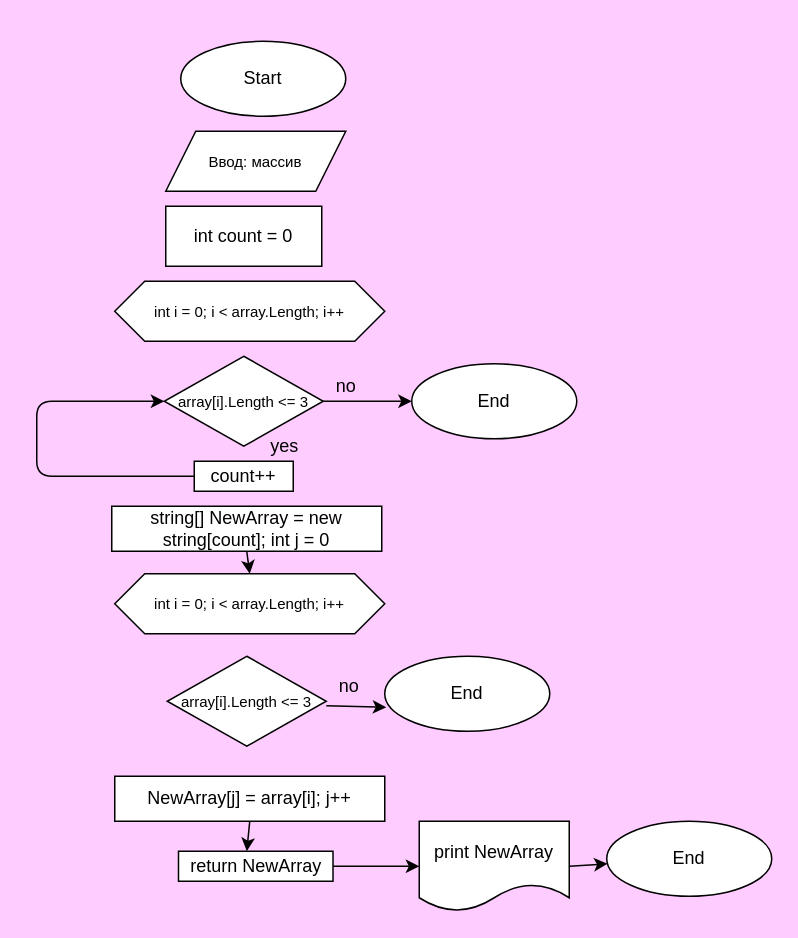
Khionakimary/Results-of-block-1 keeps this draw.io diagram as .drawio. Above is the earlier version. Source tidied: cells renumbered, new cells numbered last; positions are measured from the earlier drawing's top-left corner, leaving out a move shared by most shapes. Both pictures are drawn from the tidied source at 150%, with x=0, y=0 at pixel (36, 40).
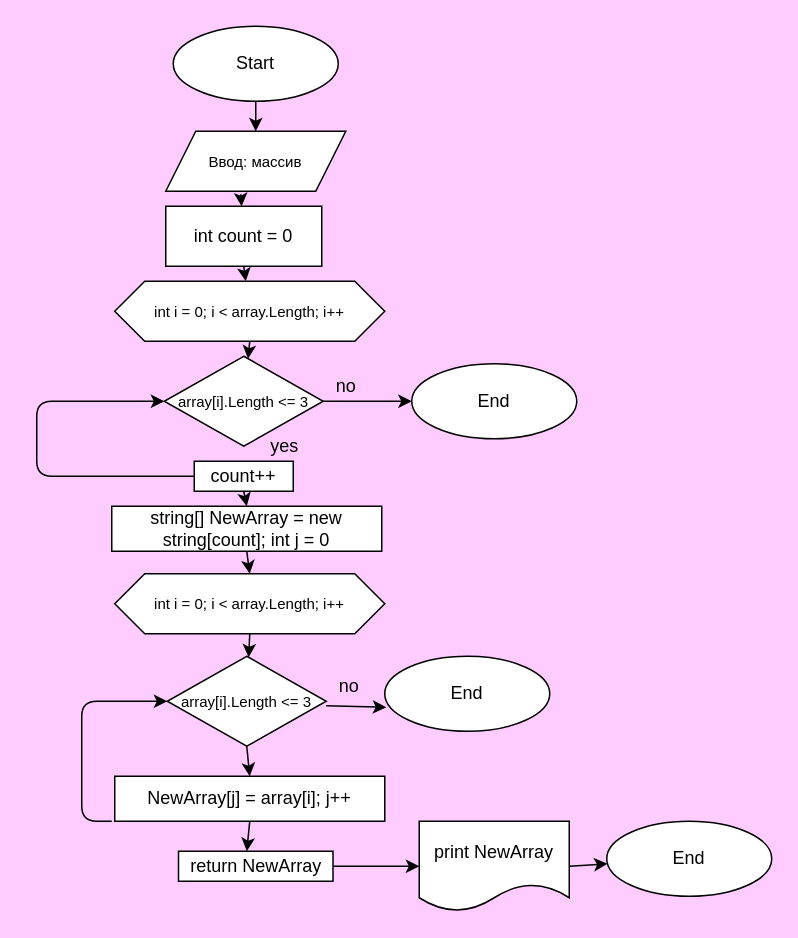
Above is the later version.

Commit message (it also covers changes not shown here):
Инструкция к итоговой проверочной работе в файле  README

Unchanged cells that the change refers to:
```xml
<mxCell id="2" value="Ввод: массив" style="shape=parallelogram;perimeter=parallelogramPerimeter;whiteSpace=wrap;html=1;fixedSize=1;fontSize=10;rounded=0;" parent="1" vertex="1">
  <mxGeometry x="86" y="60" width="120" height="40" as="geometry" />
</mxCell>
<mxCell id="3" value="array[i].Length &amp;lt;= 3" style="rhombus;whiteSpace=wrap;html=1;fontSize=10;rounded=0;" parent="1" vertex="1">
  <mxGeometry x="85" y="210" width="106" height="60" as="geometry" />
</mxCell>
<mxCell id="8" value="int count = 0" style="rounded=0;whiteSpace=wrap;html=1;" parent="1" vertex="1">
  <mxGeometry x="86" y="110" width="104" height="40" as="geometry" />
</mxCell>
<mxCell id="9" value="&lt;div style=&quot;background-color: rgb(255, 255, 255); line-height: 18px;&quot;&gt;int i = 0; i &amp;lt; array.Length; i++&lt;br&gt;&lt;/div&gt;" style="shape=hexagon;perimeter=hexagonPerimeter2;whiteSpace=wrap;html=1;fixedSize=1;fontSize=10;rounded=0;" parent="1" vertex="1">
  <mxGeometry x="52" y="160" width="180" height="40" as="geometry" />
</mxCell>
<mxCell id="10" value="count++" style="rounded=0;whiteSpace=wrap;html=1;" parent="1" vertex="1">
  <mxGeometry x="105" y="280" width="66" height="20" as="geometry" />
</mxCell>
<mxCell id="14" value="string[] NewArray = new string[count]; int j = 0" style="rounded=0;whiteSpace=wrap;html=1;" parent="1" vertex="1">
  <mxGeometry x="50" y="310" width="180" height="30" as="geometry" />
</mxCell>
<mxCell id="16" value="&lt;div style=&quot;background-color: rgb(255, 255, 255); line-height: 18px;&quot;&gt;int i = 0; i &amp;lt; array.Length; i++&lt;br&gt;&lt;/div&gt;" style="shape=hexagon;perimeter=hexagonPerimeter2;whiteSpace=wrap;html=1;fixedSize=1;fontSize=10;rounded=0;" parent="1" vertex="1">
  <mxGeometry x="52" y="355" width="180" height="40" as="geometry" />
</mxCell>
<mxCell id="17" value="array[i].Length &amp;lt;= 3" style="rhombus;whiteSpace=wrap;html=1;fontSize=10;rounded=0;" parent="1" vertex="1">
  <mxGeometry x="87" y="410" width="106" height="60" as="geometry" />
</mxCell>
<mxCell id="18" value="NewArray[j] = array[i]; j++" style="rounded=0;whiteSpace=wrap;html=1;" parent="1" vertex="1">
  <mxGeometry x="52" y="490" width="180" height="30" as="geometry" />
</mxCell>
```

Diff of the diagram source:
```diff
@@
     <mxCell id="7" value="Start" style="ellipse;whiteSpace=wrap;html=1;" parent="1" vertex="1">
-      <mxGeometry x="96" width="110" height="50" as="geometry" />
+      <mxGeometry x="91" y="-10" width="110" height="50" as="geometry" />
     </mxCell>
@@
+    <mxCell id="27" style="endArrow=classic;html=1;entryX=0.5;entryY=0;entryDx=0;entryDy=0;exitX=0.5;exitY=1;exitDx=0;exitDy=0;" parent="1" edge="1" source="17" target="18">
+      <mxGeometry relative="1" as="geometry" />
+    </mxCell>
+    <mxCell id="28" style="endArrow=classic;html=1;entryX=0;entryY=0.5;entryDx=0;entryDy=0;" parent="1" edge="1" target="17">
+      <mxGeometry relative="1" as="geometry">
+        <mxPoint x="50" y="520" as="sourcePoint" />
+        <Array as="points">
+          <mxPoint x="30" y="520" />
+          <mxPoint x="30" y="440" />
+        </Array>
+      </mxGeometry>
+    </mxCell>
+    <mxCell id="29" style="endArrow=classic;html=1;exitX=0.5;exitY=1;exitDx=0;exitDy=0;entryX=0.5;entryY=0;entryDx=0;entryDy=0;" parent="1" edge="1" source="7" target="2">
+      <mxGeometry relative="1" as="geometry" />
+    </mxCell>
+    <mxCell id="30" style="endArrow=classic;html=1;exitX=0.5;exitY=1;exitDx=0;exitDy=0;" parent="1" edge="1" source="16" target="17">
+      <mxGeometry relative="1" as="geometry" />
+    </mxCell>
+    <mxCell id="31" style="endArrow=classic;html=1;exitX=0.5;exitY=1;exitDx=0;exitDy=0;entryX=0.5;entryY=0;entryDx=0;entryDy=0;" parent="1" edge="1" source="10" target="14">
+      <mxGeometry relative="1" as="geometry" />
+    </mxCell>
+    <mxCell id="32" style="endArrow=classic;html=1;exitX=0.5;exitY=1;exitDx=0;exitDy=0;" parent="1" edge="1" source="9" target="3">
+      <mxGeometry relative="1" as="geometry" />
+    </mxCell>
+    <mxCell id="33" style="endArrow=classic;html=1;exitX=0.417;exitY=1.05;exitDx=0;exitDy=0;exitPerimeter=0;" parent="1" edge="1" source="2" target="8">
+      <mxGeometry relative="1" as="geometry" />
+    </mxCell>
+    <mxCell id="34" style="endArrow=classic;html=1;exitX=0.5;exitY=1;exitDx=0;exitDy=0;" parent="1" edge="1" source="8" target="9">
+      <mxGeometry relative="1" as="geometry" />
+    </mxCell>
```
